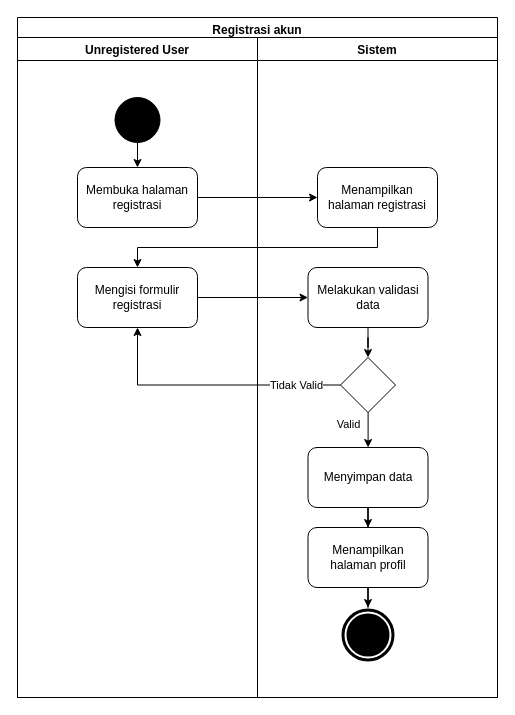
Above: Diagram/Activity Diagram/1. register.drawio in techie-jhs/thesis (draw.io), before the change. Source tidied: cells renumbered, new cells numbered last; positions are measured from the earlier drawing's top-left corner, leaving out a move shared by most shapes. Both pictures are drawn from the tidied source at 100%, with x=0, y=0 at pixel (17, 17).
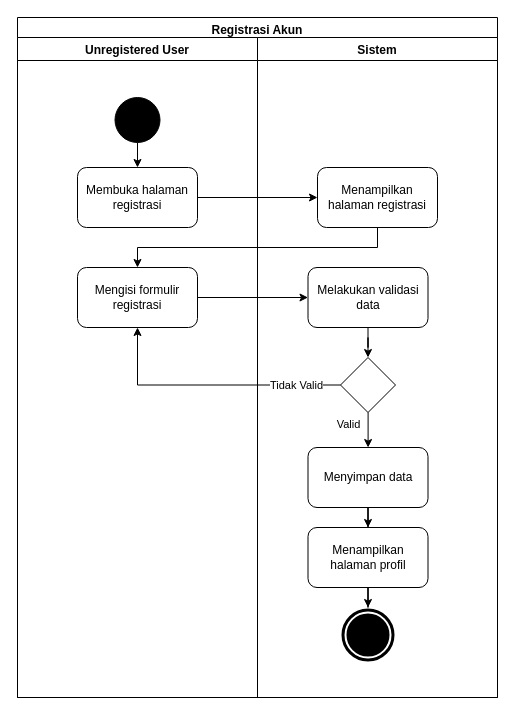
The same page after the edit.

Diff of the diagram source:
```diff
@@
-    <mxCell id="2" value="Registrasi akun" style="swimlane;fillColor=none;" parent="1" vertex="1">
+    <mxCell id="2" value="Registrasi Akun" style="swimlane;fillColor=none;" parent="1" vertex="1">
       <mxGeometry width="480" height="680" as="geometry" />
     </mxCell>
```
